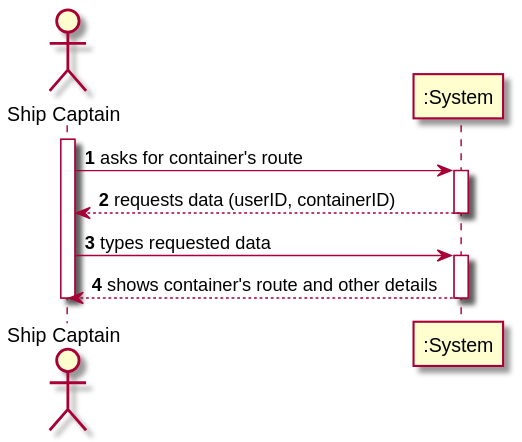
The PlantUML diagram docs/Sprint 3/US/US305/US305_SSD.svg in 1190772/LAB-Project-3, before a commit.
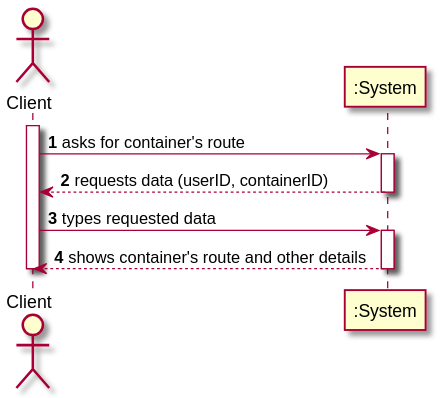
Above is the later version.

Change to the diagram source:
```diff
@@ -2,21 +2,21 @@
 
 autonumber
 
-actor "Ship Captain" as SP
+actor "Client" as C
 
-activate SP
-SP -> ":System" : asks for container's route
+activate C
+C -> ":System" : asks for container's route
 
 activate ":System"
-":System" --> "SP" : requests data (userID, containerID)
+":System" --> "C" : requests data (userID, containerID)
 deactivate ":System"
 
-SP -> ":System" : types requested data
+C -> ":System" : types requested data
 
 activate ":System"
-":System" --> SP : shows container's route and other details
+":System" --> C : shows container's route and other details
 deactivate ":System"
 
-deactivate SP
+deactivate C
 
 @enduml
```
